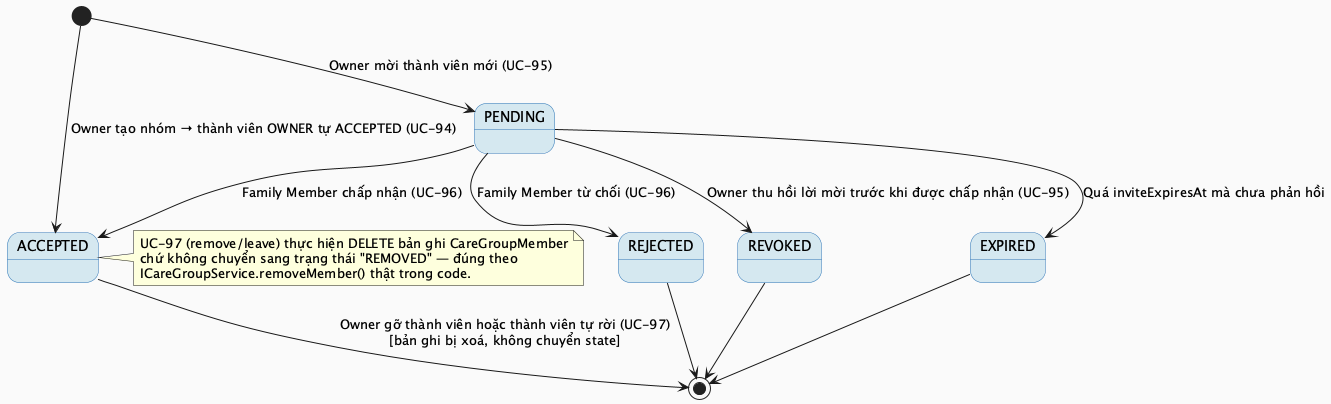
Earlier version of the PlantUML export docs/Detailed_Design/MF10_Family_Sync_Cooperative_Care/images/MF10_01_InviteStatus_StateMachine.png (ChuongBDHE172784/CareBridge_SEP490_G79).
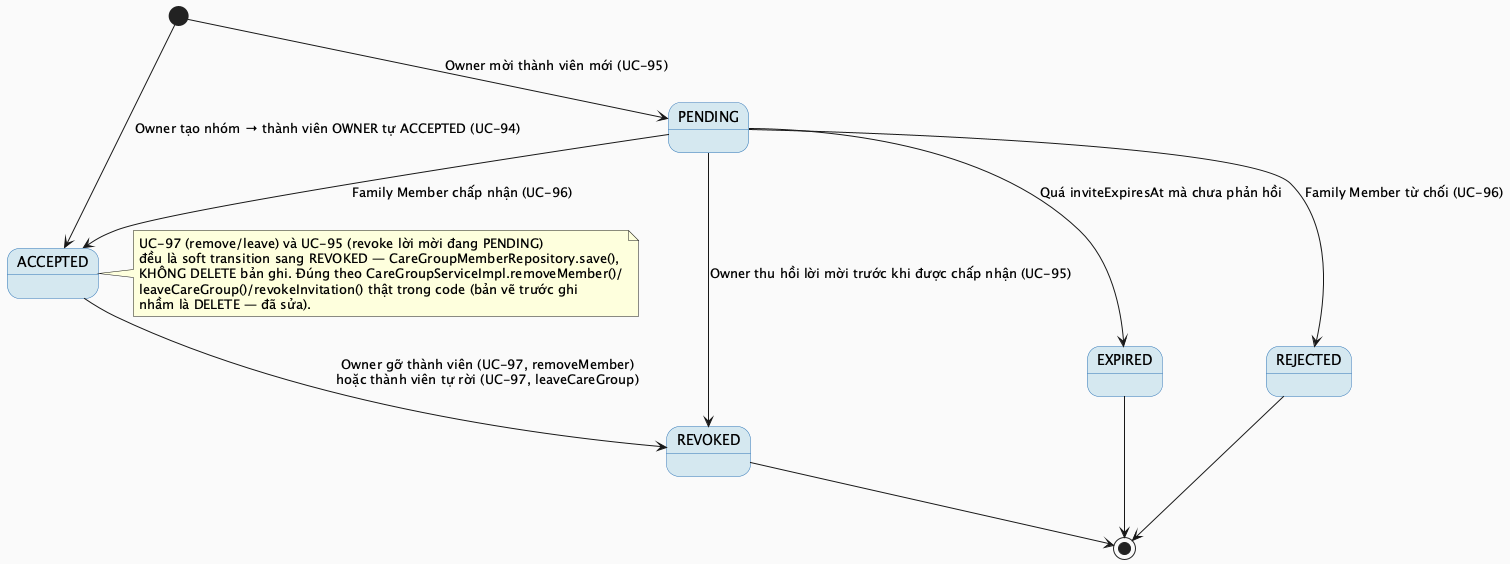
The same diagram one commit later.

Diff of the diagram source:
```diff
@@ -11,16 +11,18 @@
 PENDING --> REVOKED : Owner thu hồi lời mời trước khi được chấp nhận (UC-95)
 PENDING --> EXPIRED : Quá inviteExpiresAt mà chưa phản hồi
 
-ACCEPTED --> [*] : Owner gỡ thành viên hoặc thành viên tự rời (UC-97)\n[bản ghi bị xoá, không chuyển state]
+ACCEPTED --> REVOKED : Owner gỡ thành viên (UC-97, removeMember)\nhoặc thành viên tự rời (UC-97, leaveCareGroup)
 
 REJECTED --> [*]
 REVOKED --> [*]
 EXPIRED --> [*]
 
 note right of ACCEPTED
-  UC-97 (remove/leave) thực hiện DELETE bản ghi CareGroupMember
-  chứ không chuyển sang trạng thái "REMOVED" — đúng theo
-  ICareGroupService.removeMember() thật trong code.
+  UC-97 (remove/leave) và UC-95 (revoke lời mời đang PENDING)
+  đều là soft transition sang REVOKED — CareGroupMemberRepository.save(),
+  KHÔNG DELETE bản ghi. Đúng theo CareGroupServiceImpl.removeMember()/
+  leaveCareGroup()/revokeInvitation() thật trong code (bản vẽ trước ghi
+  nhầm là DELETE — đã sửa).
 end note
 
 @enduml
```
